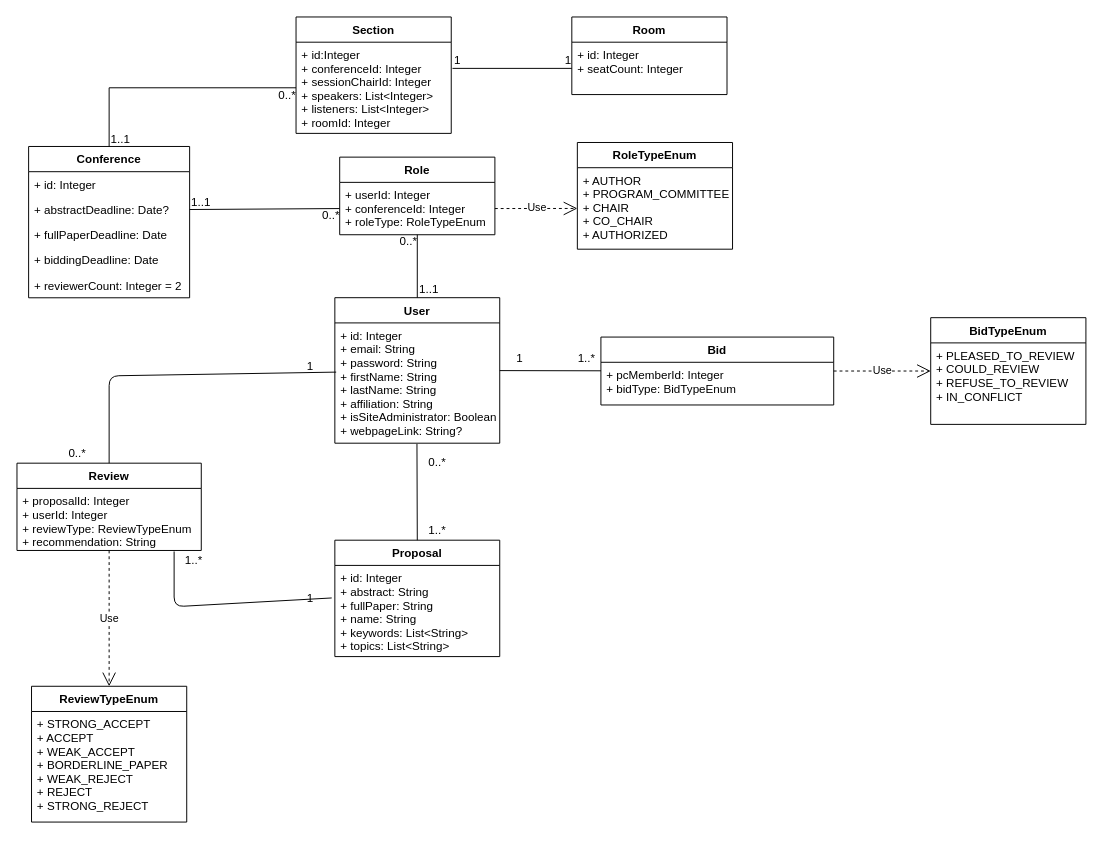
raresica1234/ATAR-SE keeps this draw.io diagram as page "Page-1" (1 of 4) of Documentation/Diagrams/ClassDiagram.drawio. Above is the earlier version. Source tidied: cells renumbered, new cells numbered last; positions are measured from the earlier drawing's top-left corner, leaving out a move shared by most shapes. Both pictures are drawn from the tidied source at 97%, with x=0, y=0 at pixel (16, 16).
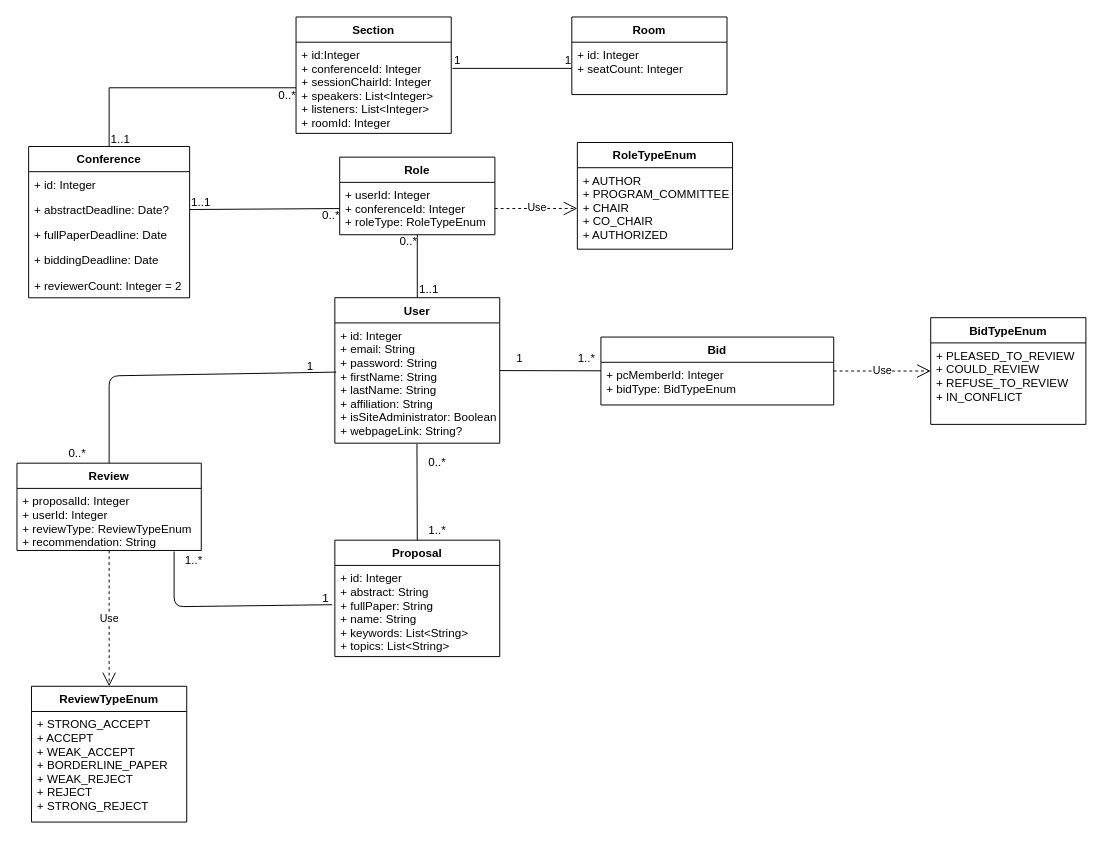
Above is the later version.

Unchanged cells that the change refers to:
```xml
<mxCell id="20" value="+ id: Integer&#10;+ abstract: String&#10;+ fullPaper: String &#10;+ name: String&#10;+ keywords: List&lt;String&gt;&#10;+ topics: List&lt;String&gt;" style="text;strokeColor=none;fillColor=none;align=left;verticalAlign=top;spacingLeft=4;spacingRight=4;overflow=hidden;points=[[0,0.5],[1,0.5]];portConstraint=eastwest;" parent="19" vertex="1">
  <mxGeometry y="26" width="170" height="94" as="geometry" />
</mxCell>
```

The edit, as a diff of the source:
```diff
@@
-    <mxCell id="50" style="endArrow=none;html=1;entryX=-0.019;entryY=0.357;entryDx=0;entryDy=0;entryPerimeter=0;" parent="1" edge="1" target="20">
+    <mxCell id="50" style="endArrow=none;html=1;entryX=-0.016;entryY=0.431;entryDx=0;entryDy=0;entryPerimeter=0;" parent="1" edge="1" target="20">
       <mxGeometry relative="1" as="geometry">
         <mxPoint x="162" y="551" as="sourcePoint" />
         <Array as="points">
           <mxPoint x="162" y="608" />
         </Array>
       </mxGeometry>
     </mxCell>
@@
     <mxCell id="53" value="1" style="text;html=1;align=center;verticalAlign=middle;" parent="1" vertex="1">
-      <mxGeometry x="292" y="590" width="20" height="20" as="geometry" />
+      <mxGeometry x="307.7" y="589.5" width="20" height="20" as="geometry" />
     </mxCell>
```
